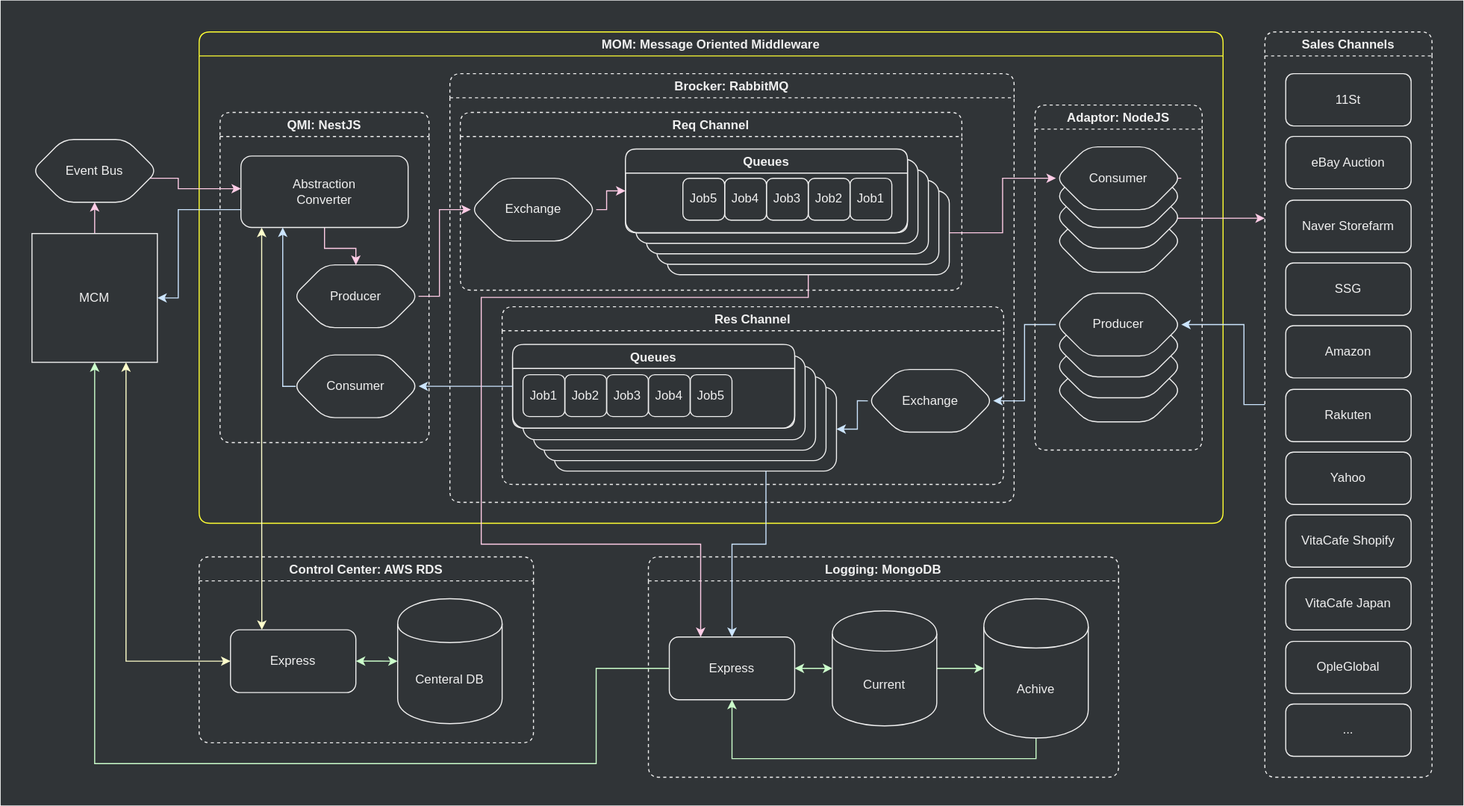
Above: assets/.draw.io/documents/mom-structure-diagram.svg in jiholee-ntwglobal/jiholee-ntwglobal.github.io (draw.io), before the change. Source tidied: cells renumbered, new cells last; positions are measured from the earlier drawing's top-left corner, leaving out a move shared by most shapes.
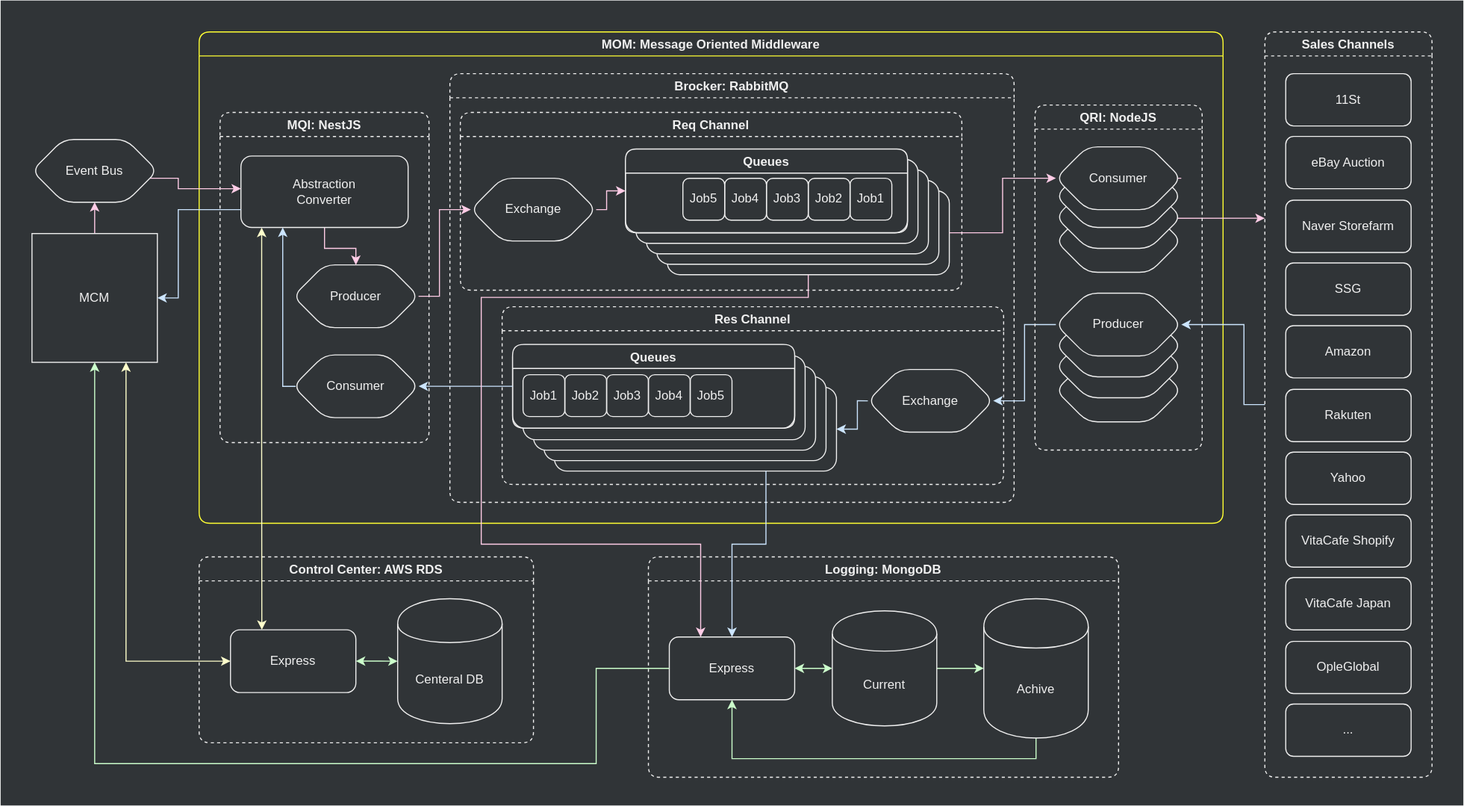
After the change.

The edit, as a diff of the source:
```diff
@@ -115,7 +115,7 @@
     <mxCell id="36" value="Job1" style="rounded=1;whiteSpace=wrap;html=1;fillColor=none;fontColor=#F0F0F0;strokeColor=#F0F0F0;" parent="23" vertex="1">
       <mxGeometry x="20" y="65" width="40" height="40" as="geometry" />
     </mxCell>
-    <mxCell id="37" value="QMI: NestJS" style="swimlane;rounded=1;fillColor=none;fontColor=#F0F0F0;strokeColor=#F0F0F0;dashed=1;" parent="4" vertex="1">
+    <mxCell id="37" value="MQI: NestJS" style="swimlane;rounded=1;fillColor=none;fontColor=#F0F0F0;strokeColor=#F0F0F0;dashed=1;" parent="4" vertex="1">
       <mxGeometry x="20" y="77.1" width="200" height="315.8" as="geometry" />
     </mxCell>
     <mxCell id="38" value="Producer" style="shape=hexagon;perimeter=hexagonPerimeter2;whiteSpace=wrap;html=1;rounded=1;fillColor=none;fontColor=#F0F0F0;strokeColor=#F0F0F0;" parent="37" vertex="1">
@@ -267,7 +267,7 @@
     <mxCell id="73" value="..." style="rounded=1;whiteSpace=wrap;html=1;fillColor=none;fontColor=#F0F0F0;strokeColor=#F0F0F0;" parent="62" vertex="1">
       <mxGeometry x="20" y="643" width="120" height="50" as="geometry" />
     </mxCell>
-    <mxCell id="74" value="Adaptor: NodeJS" style="swimlane;rounded=1;fillColor=none;fontColor=#F0F0F0;strokeColor=#F0F0F0;dashed=1;" parent="3" vertex="1">
+    <mxCell id="74" value="QRI: NodeJS" style="swimlane;rounded=1;fillColor=none;fontColor=#F0F0F0;strokeColor=#F0F0F0;dashed=1;" parent="3" vertex="1">
       <mxGeometry x="990" y="100" width="160" height="330" as="geometry" />
     </mxCell>
     <mxCell id="75" style="shape=hexagon;perimeter=hexagonPerimeter2;whiteSpace=wrap;html=1;rounded=1;fontColor=#F0F0F0;strokeColor=#F0F0F0;fillColor=#303437;" parent="74" vertex="1">
```
